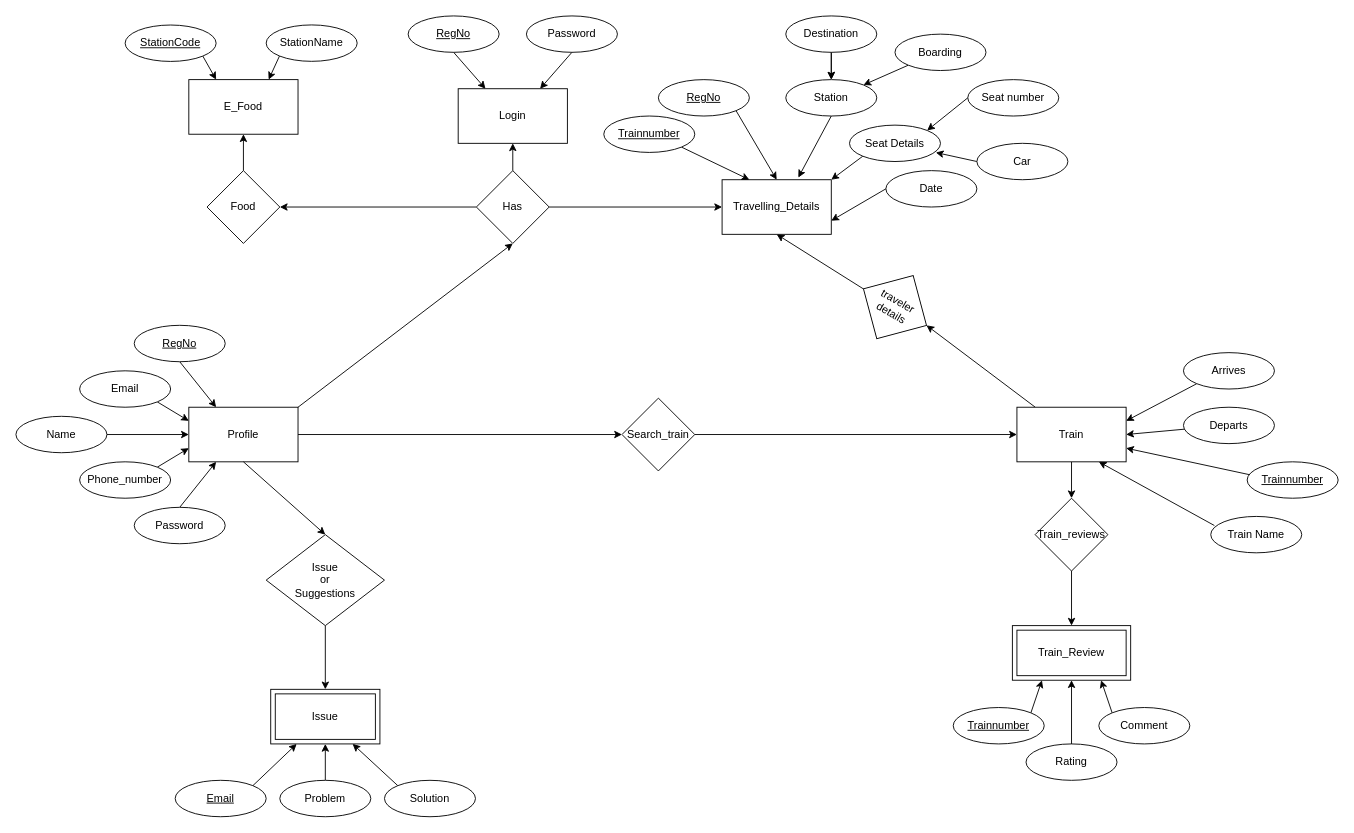
KarandeepSinghCoder/DBMSJcomponent keeps this draw.io diagram as page "Page-1" (1 of 3) of ERdiagram.drawio. Above is the earlier version. Source tidied: cells renumbered, new cells numbered last; positions are measured from the earlier drawing's top-left corner, leaving out a move shared by most shapes. Both pictures are drawn from the tidied source at 91%, with x=0, y=0 at pixel (15, 15).
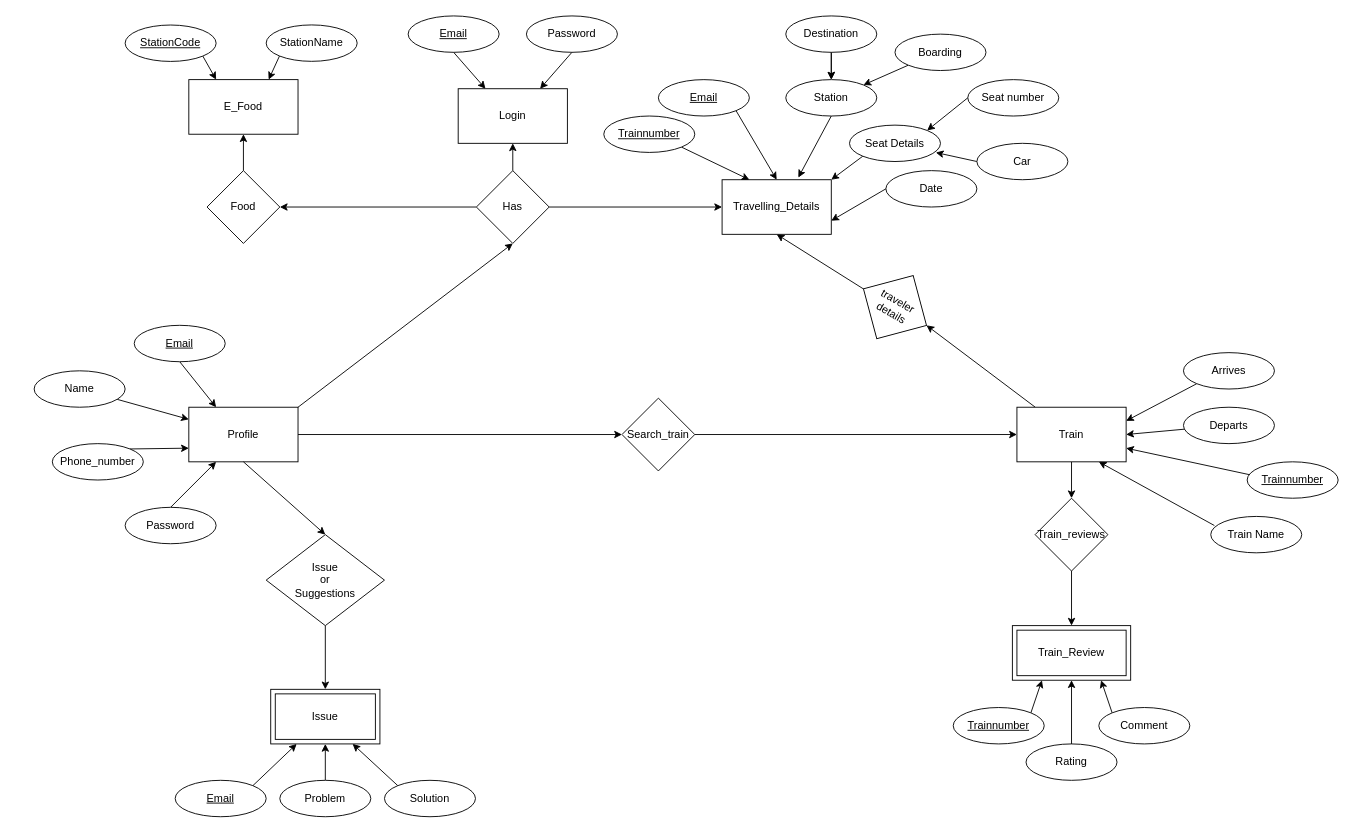
After the change.

The change refers to these unchanged cells:
```xml
<mxCell id="4" value="Profile" style="rounded=0;whiteSpace=wrap;html=1;" parent="1" vertex="1">
  <mxGeometry x="190" y="430" width="120" height="60" as="geometry" />
</mxCell>
```

What changed in the source:
```diff
@@
-    <mxCell id="25" value="&lt;u&gt;RegNo&lt;/u&gt;" style="ellipse;whiteSpace=wrap;html=1;align=center;rounded=0;" parent="1" vertex="1">
+    <mxCell id="25" value="&lt;u&gt;Email&lt;/u&gt;" style="ellipse;whiteSpace=wrap;html=1;align=center;rounded=0;" parent="1" vertex="1">
       <mxGeometry x="130" y="340" width="100" height="40" as="geometry" />
     </mxCell>
@@
     <mxCell id="27" value="Name" style="ellipse;whiteSpace=wrap;html=1;align=center;rounded=0;" parent="1" vertex="1">
-      <mxGeometry y="440" width="100" height="40" as="geometry" />
+      <mxGeometry x="20" y="390" width="100" height="40" as="geometry" />
     </mxCell>
@@
     <mxCell id="29" value="Phone_number" style="ellipse;whiteSpace=wrap;html=1;align=center;rounded=0;" parent="1" vertex="1">
-      <mxGeometry x="70" y="490" width="100" height="40" as="geometry" />
+      <mxGeometry x="40" y="470" width="100" height="40" as="geometry" />
     </mxCell>
-    <mxCell id="30" style="edgeStyle=none;rounded=0;jettySize=auto;html=1;exitX=1;exitY=1;exitDx=0;exitDy=0;entryX=0;entryY=0.25;entryDx=0;entryDy=0;" parent="1" edge="1" source="31" target="4">
-      <mxGeometry relative="1" as="geometry" />
-    </mxCell>
-    <mxCell id="31" value="Email" style="ellipse;whiteSpace=wrap;html=1;align=center;rounded=0;" parent="1" vertex="1">
-      <mxGeometry x="70" y="390" width="100" height="40" as="geometry" />
-    </mxCell>
@@
     <mxCell id="33" value="Password" style="ellipse;whiteSpace=wrap;html=1;align=center;rounded=0;" parent="1" vertex="1">
-      <mxGeometry x="130" y="540" width="100" height="40" as="geometry" />
+      <mxGeometry x="120" y="540" width="100" height="40" as="geometry" />
     </mxCell>
@@
-    <mxCell id="35" value="&lt;u&gt;RegNo&lt;/u&gt;" style="ellipse;whiteSpace=wrap;html=1;align=center;rounded=0;" parent="1" vertex="1">
+    <mxCell id="35" value="&lt;u&gt;Email&lt;/u&gt;" style="ellipse;whiteSpace=wrap;html=1;align=center;rounded=0;" parent="1" vertex="1">
       <mxGeometry x="431" width="100" height="40" as="geometry" />
     </mxCell>
@@
-    <mxCell id="60" value="&lt;u&gt;RegNo&lt;/u&gt;" style="ellipse;whiteSpace=wrap;html=1;align=center;rounded=0;" parent="1" vertex="1">
+    <mxCell id="60" value="&lt;u&gt;Email&lt;/u&gt;" style="ellipse;whiteSpace=wrap;html=1;align=center;rounded=0;" parent="1" vertex="1">
       <mxGeometry x="706" y="70" width="100" height="40" as="geometry" />
     </mxCell>
```
